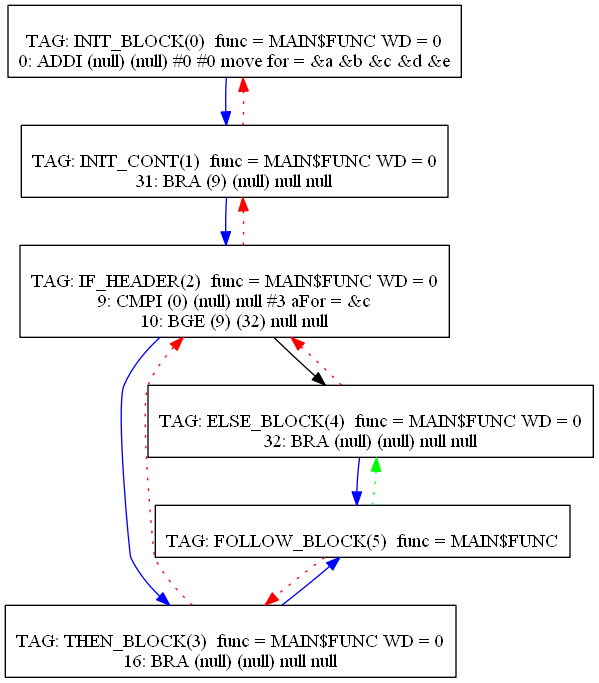
Before: Compiler/28graph.png, a diagram exported from Graphviz (mbajaj92/Project-Astoria). Its source is kept beside it as Compiler/28graph.dot.
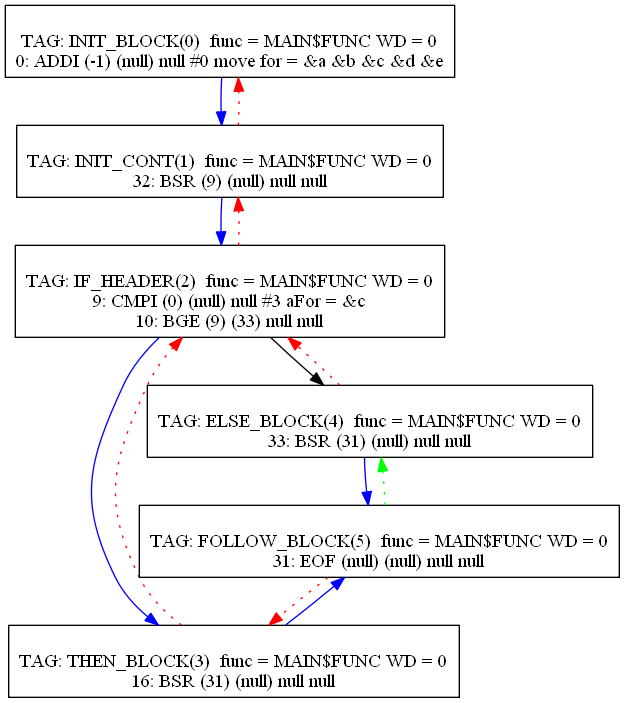
The same diagram one commit later.

The edit, as a diff of the source:
```diff
@@ -1,13 +1,13 @@
 digraph {
 0[label="
 TAG: INIT_BLOCK(0)  func = MAIN$FUNC WD = 0
-0: ADDI (null) (null) #0 #0 move for = &a &b &c &d &e
+0: ADDI (-1) (null) null #0 move for = &a &b &c &d &e
 "];
 0[shape=box];
 0 -> 1[color=blue]
 1[label="
 TAG: INIT_CONT(1)  func = MAIN$FUNC WD = 0
-31: BRA (9) (null) null null
+32: BSR (9) (null) null null
 "];
 1[shape=box];
 1 -> 2[color=blue]
@@ -15,7 +15,7 @@
 2[label="
 TAG: IF_HEADER(2)  func = MAIN$FUNC WD = 0
 9: CMPI (0) (null) null #3 aFor = &c
-10: BGE (9) (32) null null
+10: BGE (9) (33) null null
 "];
 2[shape=box];
 2 -> 3[color=blue]
@@ -23,20 +23,21 @@
 2 -> 1[color=red][style=dotted]
 3[label="
 TAG: THEN_BLOCK(3)  func = MAIN$FUNC WD = 0
-16: BRA (null) (null) null null
+16: BSR (31) (null) null null
 "];
 3[shape=box];
 3 -> 5[color=blue]
 3 -> 2[color=red][style=dotted]
 4[label="
 TAG: ELSE_BLOCK(4)  func = MAIN$FUNC WD = 0
-32: BRA (null) (null) null null
+33: BSR (31) (null) null null
 "];
 4[shape=box];
 4 -> 5[color=blue]
 4 -> 2[color=red][style=dotted]
 5[label="
-TAG: FOLLOW_BLOCK(5)  func = MAIN$FUNC
+TAG: FOLLOW_BLOCK(5)  func = MAIN$FUNC WD = 0
+31: EOF (null) (null) null null
 "];
 5[shape=box];
 5 -> 3[color=red][style=dotted]
```
